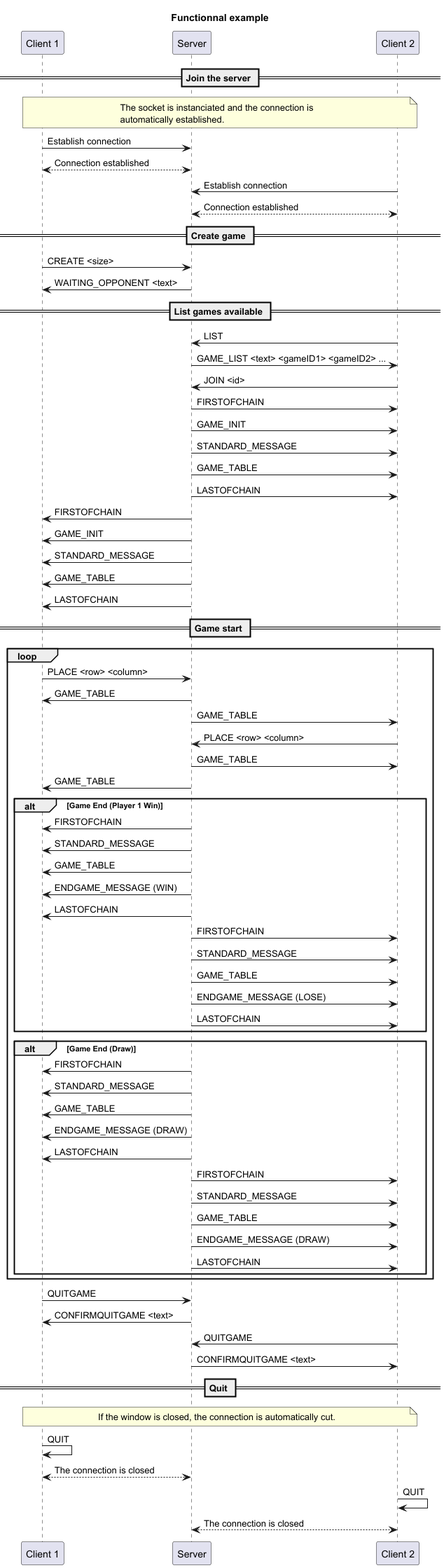
The PlantUML diagram doc/img/Functional_example-Functionnal_example.png in AlexB-HEIG/DAI-Practical-work-2, before a commit.
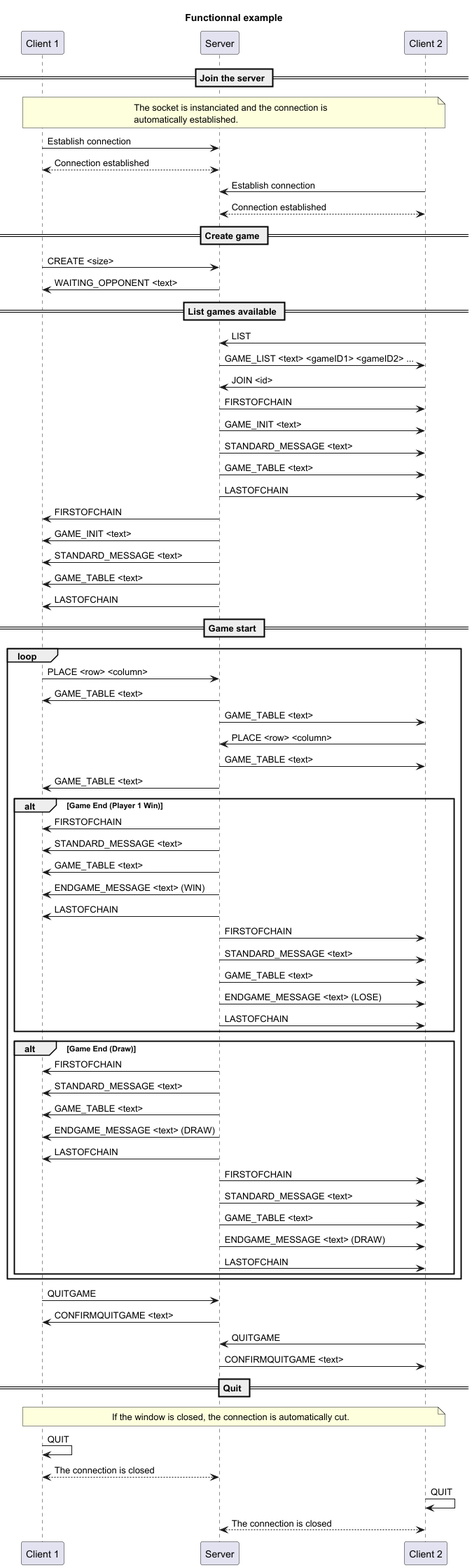
Later version of the same file.

What changed in the source:
```diff
@@ -33,15 +33,15 @@
 c2->s: JOIN <id>
 
 s->c2: FIRSTOFCHAIN
-s->c2: GAME_INIT
-s->c2: STANDARD_MESSAGE
-s->c2: GAME_TABLE
+s->c2: GAME_INIT <text>
+s->c2: STANDARD_MESSAGE <text>
+s->c2: GAME_TABLE <text>
 s->c2: LASTOFCHAIN
 
 s->c1: FIRSTOFCHAIN
-s->c1: GAME_INIT
-s->c1: STANDARD_MESSAGE
-s->c1: GAME_TABLE
+s->c1: GAME_INIT <text>
+s->c1: STANDARD_MESSAGE <text>
+s->c1: GAME_TABLE <text>
 s->c1: LASTOFCHAIN
 
 == Game start ==
@@ -50,37 +50,37 @@
 
 
     c1->s: PLACE <row> <column>
-    s->c1: GAME_TABLE
-    s->c2: GAME_TABLE
+    s->c1: GAME_TABLE <text>
+    s->c2: GAME_TABLE <text>
 
     c2->s: PLACE <row> <column>
-    s->c2: GAME_TABLE
-    s->c1: GAME_TABLE
+    s->c2: GAME_TABLE <text>
+    s->c1: GAME_TABLE <text>
 
     alt Game End (Player 1 Win)
         s -> c1:FIRSTOFCHAIN
-        s -> c1:STANDARD_MESSAGE
-        s -> c1:GAME_TABLE
-        s -> c1:ENDGAME_MESSAGE (WIN)
+        s -> c1:STANDARD_MESSAGE <text>
+        s -> c1:GAME_TABLE <text>
+        s -> c1:ENDGAME_MESSAGE <text> (WIN)
         s -> c1:LASTOFCHAIN
         s -> c2:FIRSTOFCHAIN
-        s -> c2:STANDARD_MESSAGE
-        s -> c2:GAME_TABLE
-        s -> c2:ENDGAME_MESSAGE (LOSE)
+        s -> c2:STANDARD_MESSAGE <text>
+        s -> c2:GAME_TABLE <text>
+        s -> c2:ENDGAME_MESSAGE <text> (LOSE)
         s -> c2:LASTOFCHAIN
     end
 
     alt Game End (Draw)
         s -> c1:FIRSTOFCHAIN
-                s -> c1:STANDARD_MESSAGE
-                s -> c1:GAME_TABLE
-                s -> c1:ENDGAME_MESSAGE (DRAW)
-                s -> c1:LASTOFCHAIN
-                s -> c2:FIRSTOFCHAIN
-                s -> c2:STANDARD_MESSAGE
-                s -> c2:GAME_TABLE
-                s -> c2:ENDGAME_MESSAGE (DRAW)
-                s -> c2:LASTOFCHAIN
+        s -> c1:STANDARD_MESSAGE <text>
+        s -> c1:GAME_TABLE <text>
+        s -> c1:ENDGAME_MESSAGE <text> (DRAW)
+        s -> c1:LASTOFCHAIN
+        s -> c2:FIRSTOFCHAIN
+        s -> c2:STANDARD_MESSAGE <text>
+        s -> c2:GAME_TABLE <text>
+        s -> c2:ENDGAME_MESSAGE <text> (DRAW)
+        s -> c2:LASTOFCHAIN
     end
 
 
```
